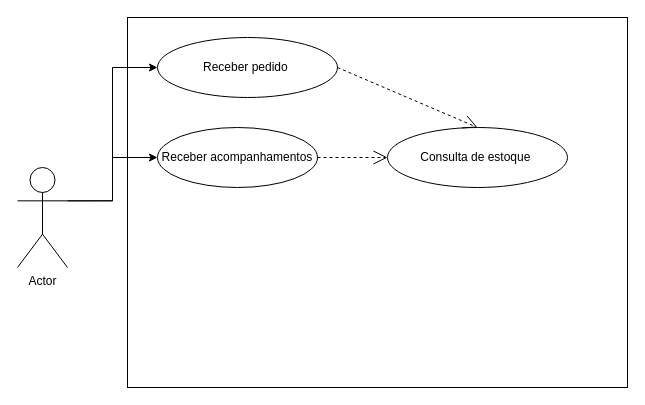
Anaraquely/Bertoti keeps this draw.io diagram as Engenharia SW/Diagrama.drawio. Above is the earlier version. Source tidied: cells renumbered, new cells numbered last; positions are measured from the earlier drawing's top-left corner, leaving out a move shared by most shapes. Both pictures are drawn from the tidied source at 100%, with x=0, y=0 at pixel (17, 17).
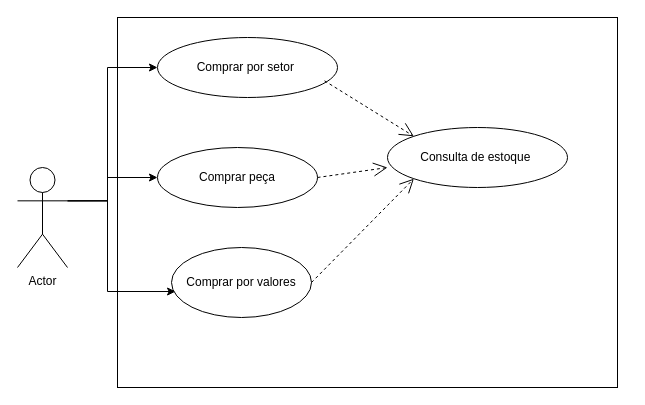
Above is the later version.

Diff of the diagram source:
```diff
@@
 <mxGraphModel>
   <root>
     <mxCell id="0" />
     <mxCell id="1" parent="0" />
     <mxCell id="2" style="rounded=0;whiteSpace=wrap;html=1;" parent="1" vertex="1">
-      <mxGeometry x="110" width="500" height="370" as="geometry" />
+      <mxGeometry x="100" width="500" height="370" as="geometry" />
     </mxCell>
     <mxCell id="3" style="edgeStyle=orthogonalEdgeStyle;rounded=0;jettySize=auto;html=1;exitX=1;exitY=0.3333333333333333;exitDx=0;exitDy=0;exitPerimeter=0;entryX=0;entryY=0.5;entryDx=0;entryDy=0;" parent="1" edge="1" source="5" target="6">
-      <mxGeometry relative="1" as="geometry" />
+      <mxGeometry relative="1" as="geometry">
+        <Array as="points">
+          <mxPoint x="90" y="183" />
+          <mxPoint x="90" y="50" />
+        </Array>
+      </mxGeometry>
     </mxCell>
     <mxCell id="4" style="edgeStyle=orthogonalEdgeStyle;rounded=0;jettySize=auto;html=1;exitX=1;exitY=0.3333333333333333;exitDx=0;exitDy=0;exitPerimeter=0;" parent="1" edge="1" source="5" target="7">
-      <mxGeometry relative="1" as="geometry" />
+      <mxGeometry relative="1" as="geometry">
+        <Array as="points">
+          <mxPoint x="90" y="183" />
+          <mxPoint x="90" y="160" />
+        </Array>
+      </mxGeometry>
     </mxCell>
+    <mxCell id="11" style="edgeStyle=orthogonalEdgeStyle;rounded=0;jettySize=auto;html=1;exitX=1;exitY=0.3333333333333333;exitDx=0;exitDy=0;exitPerimeter=0;entryX=0.029;entryY=0.629;entryDx=0;entryDy=0;entryPerimeter=0;" parent="1" edge="1" source="5" target="12">
+      <mxGeometry relative="1" as="geometry">
+        <Array as="points">
+          <mxPoint x="90" y="183" />
+          <mxPoint x="90" y="274" />
+        </Array>
+      </mxGeometry>
+    </mxCell>
     <mxCell id="5" value="Actor" style="shape=umlActor;verticalLabelPosition=bottom;verticalAlign=top;html=1;outlineConnect=0;" parent="1" vertex="1">
       <mxGeometry y="150" width="50" height="100" as="geometry" />
     </mxCell>
-    <mxCell id="6" value="Receber pedido&amp;nbsp;" style="ellipse;whiteSpace=wrap;html=1;" parent="1" vertex="1">
+    <mxCell id="6" value="Comprar por setor&amp;nbsp;" style="ellipse;whiteSpace=wrap;html=1;" parent="1" vertex="1">
       <mxGeometry x="140" y="20" width="180" height="60" as="geometry" />
     </mxCell>
-    <mxCell id="7" value="Receber acompanhamentos" style="ellipse;whiteSpace=wrap;html=1;" parent="1" vertex="1">
-      <mxGeometry x="140" y="110" width="160" height="60" as="geometry" />
+    <mxCell id="7" value="Comprar peça" style="ellipse;whiteSpace=wrap;html=1;" parent="1" vertex="1">
+      <mxGeometry x="140" y="130" width="160" height="60" as="geometry" />
     </mxCell>
     <mxCell id="8" value="Consulta de estoque&amp;nbsp;" style="ellipse;whiteSpace=wrap;html=1;" parent="1" vertex="1">
       <mxGeometry x="370" y="110" width="180" height="60" as="geometry" />
     </mxCell>
-    <mxCell id="9" style="endArrow=open;endSize=12;dashed=1;html=1;rounded=0;exitX=1;exitY=0.5;exitDx=0;exitDy=0;entryX=0;entryY=0.5;entryDx=0;entryDy=0;" parent="1" edge="1" source="7" target="8">
+    <mxCell id="9" style="endArrow=open;endSize=12;dashed=1;html=1;rounded=0;exitX=1;exitY=0.5;exitDx=0;exitDy=0;entryX=0;entryY=0.667;entryDx=0;entryDy=0;entryPerimeter=0;" parent="1" edge="1" source="7" target="8">
       <mxGeometry x="-0.01" relative="1" as="geometry" />
     </mxCell>
+    <mxCell id="12" value="Comprar por valores" style="ellipse;whiteSpace=wrap;html=1;" parent="1" vertex="1">
+      <mxGeometry x="154" y="230" width="140" height="70" as="geometry" />
+    </mxCell>
+    <mxCell id="13" style="endArrow=open;endSize=12;dashed=1;html=1;rounded=0;exitX=1;exitY=0.5;exitDx=0;exitDy=0;entryX=0;entryY=1;entryDx=0;entryDy=0;" parent="1" edge="1" source="12" target="8">
+      <mxGeometry relative="1" as="geometry" />
+    </mxCell>
-    <mxCell id="10" style="endArrow=open;endSize=12;dashed=1;html=1;rounded=0;exitX=1;exitY=0.5;exitDx=0;exitDy=0;entryX=0.5;entryY=0;entryDx=0;entryDy=0;" parent="1" edge="1" source="6" target="8">
-      <mxGeometry x="-0.01" relative="1" as="geometry" />
+    <mxCell id="10" style="endArrow=open;endSize=12;dashed=1;html=1;rounded=0;exitX=0.928;exitY=0.722;exitDx=0;exitDy=0;entryX=0;entryY=0;entryDx=0;entryDy=0;exitPerimeter=0;" parent="1" edge="1" source="6" target="8">
+      <mxGeometry relative="1" as="geometry" />
     </mxCell>
   </root>
 </mxGraphModel>
```
